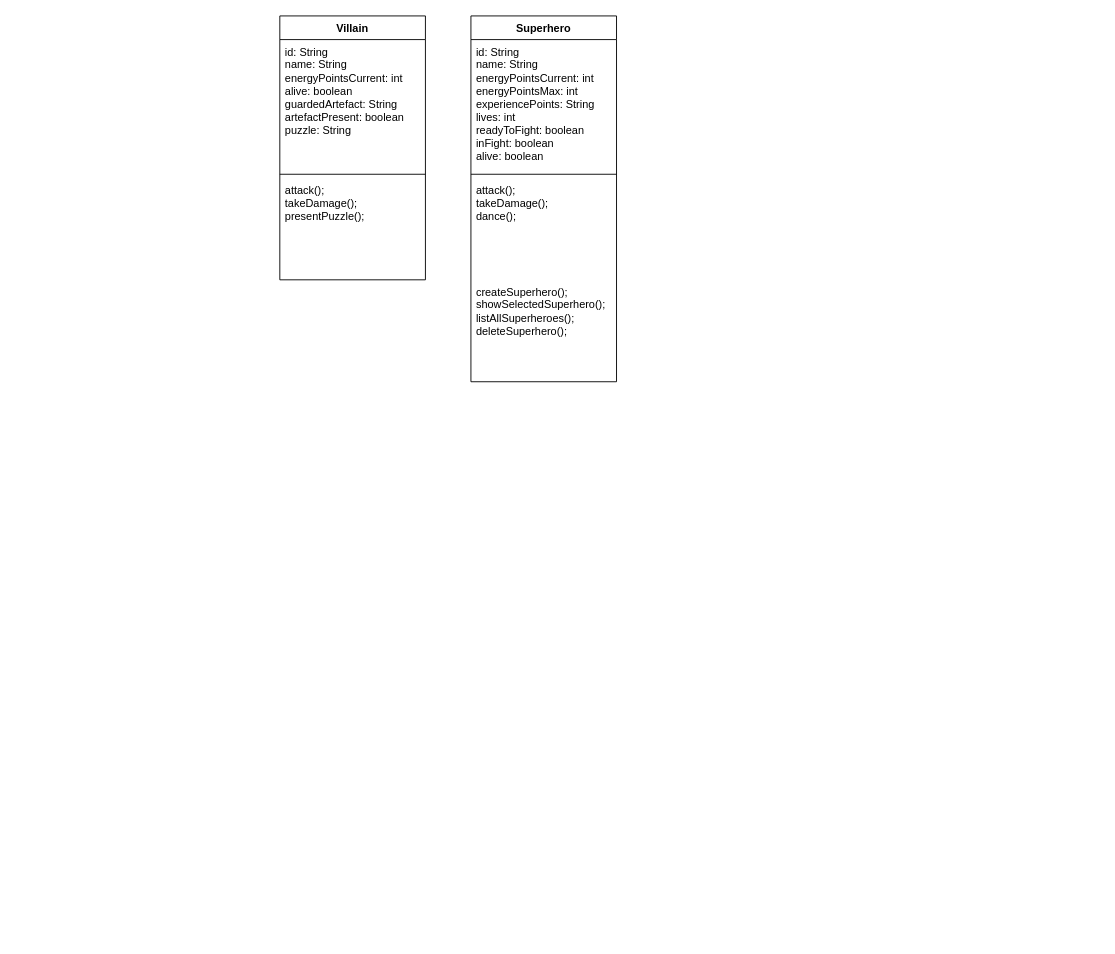
Before: page "Kopie von Page-1" (2 of 2) of Hauptmenü KD.drawio in HansKircheisenHTW/programmierprojekt-prog, a draw.io diagram. Source tidied: cells renumbered, new cells numbered last; positions are measured from the earlier drawing's top-left corner, leaving out a move shared by most shapes. Both pictures are drawn from the tidied source at 91%, with x=0, y=0 at pixel (279, 15).
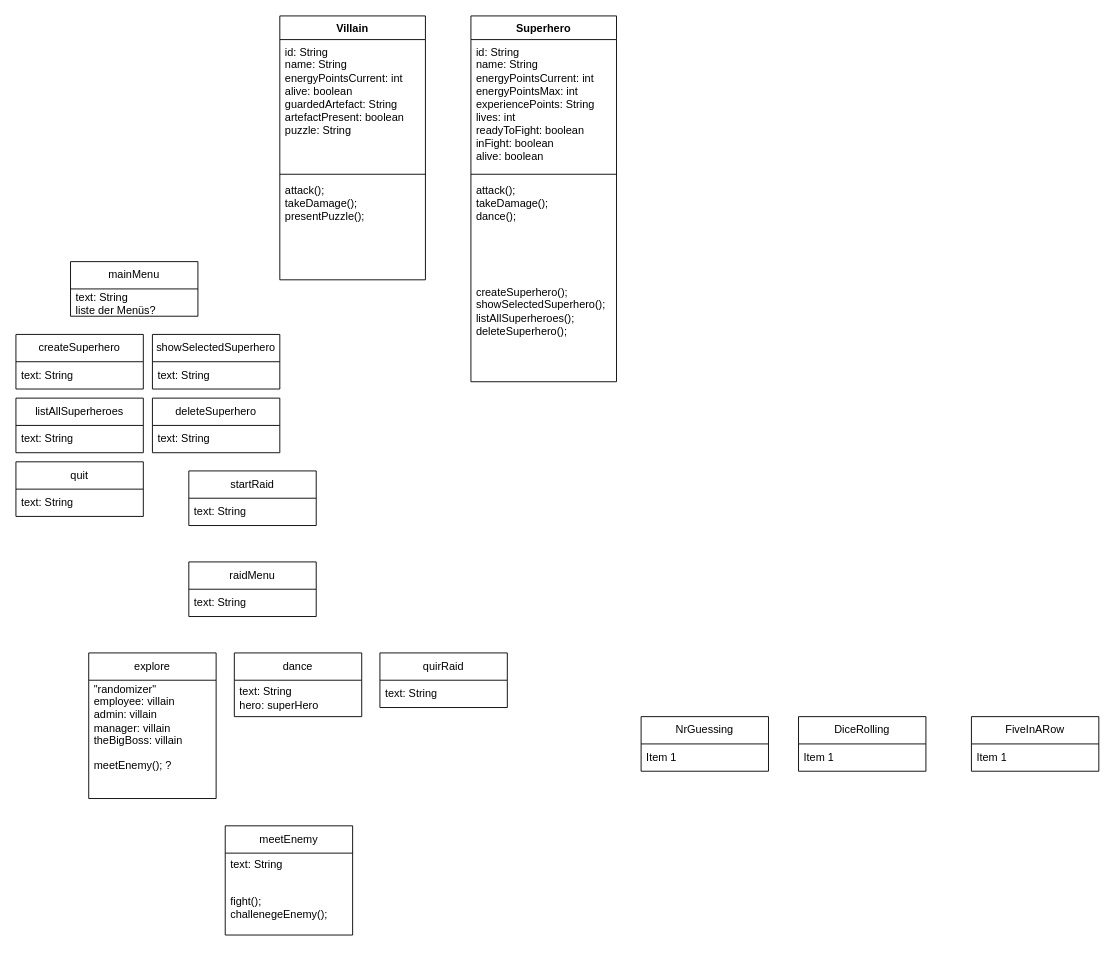
Above is the later version.

The edit, as a diff of the source:
```diff
@@
+    <mxCell id="11" value="createSuperhero" style="swimlane;fontStyle=0;horizontal=1;startSize=30;whiteSpace=wrap;html=1;" parent="1" vertex="1">
+      <mxGeometry x="-290" y="350" width="140" height="60" as="geometry" />
+    </mxCell>
+    <mxCell id="12" value="text: String" style="text;strokeColor=none;fillColor=none;align=left;verticalAlign=middle;spacingLeft=4;spacingRight=4;overflow=hidden;whiteSpace=wrap;html=1;" parent="11" vertex="1">
+      <mxGeometry y="30" width="140" height="30" as="geometry" />
+    </mxCell>
+    <mxCell id="13" value="showSelectedSuperhero" style="swimlane;fontStyle=0;horizontal=1;startSize=30;whiteSpace=wrap;html=1;" parent="1" vertex="1">
+      <mxGeometry x="-140" y="350" width="140" height="60" as="geometry" />
+    </mxCell>
+    <mxCell id="14" value="text: String" style="text;strokeColor=none;fillColor=none;align=left;verticalAlign=middle;spacingLeft=4;spacingRight=4;overflow=hidden;whiteSpace=wrap;html=1;" parent="13" vertex="1">
+      <mxGeometry y="30" width="140" height="30" as="geometry" />
+    </mxCell>
+    <mxCell id="15" value="deleteSuperhero" style="swimlane;fontStyle=0;horizontal=1;startSize=30;whiteSpace=wrap;html=1;" parent="1" vertex="1">
+      <mxGeometry x="-140" y="420" width="140" height="60" as="geometry" />
+    </mxCell>
+    <mxCell id="16" value="text: String" style="text;strokeColor=none;fillColor=none;align=left;verticalAlign=middle;spacingLeft=4;spacingRight=4;overflow=hidden;whiteSpace=wrap;html=1;" parent="15" vertex="1">
+      <mxGeometry y="30" width="140" height="30" as="geometry" />
+    </mxCell>
+    <mxCell id="17" value="listAllSuperheroes" style="swimlane;fontStyle=0;horizontal=1;startSize=30;whiteSpace=wrap;html=1;" parent="1" vertex="1">
+      <mxGeometry x="-290" y="420" width="140" height="60" as="geometry" />
+    </mxCell>
+    <mxCell id="18" value="text: String" style="text;strokeColor=none;fillColor=none;align=left;verticalAlign=middle;spacingLeft=4;spacingRight=4;overflow=hidden;whiteSpace=wrap;html=1;" parent="17" vertex="1">
+      <mxGeometry y="30" width="140" height="30" as="geometry" />
+    </mxCell>
+    <mxCell id="19" value="startRaid" style="swimlane;fontStyle=0;horizontal=1;startSize=30;whiteSpace=wrap;html=1;" parent="1" vertex="1">
+      <mxGeometry x="-100" y="500" width="140" height="60" as="geometry" />
+    </mxCell>
+    <mxCell id="20" value="text: String" style="text;strokeColor=none;fillColor=none;align=left;verticalAlign=middle;spacingLeft=4;spacingRight=4;overflow=hidden;whiteSpace=wrap;html=1;" parent="19" vertex="1">
+      <mxGeometry y="30" width="140" height="30" as="geometry" />
+    </mxCell>
+    <mxCell id="21" value="quit" style="swimlane;fontStyle=0;horizontal=1;startSize=30;whiteSpace=wrap;html=1;" parent="1" vertex="1">
+      <mxGeometry x="-290" y="490" width="140" height="60" as="geometry" />
+    </mxCell>
+    <mxCell id="22" value="text: String" style="text;strokeColor=none;fillColor=none;align=left;verticalAlign=middle;spacingLeft=4;spacingRight=4;overflow=hidden;whiteSpace=wrap;html=1;" parent="21" vertex="1">
+      <mxGeometry y="30" width="140" height="30" as="geometry" />
+    </mxCell>
+    <mxCell id="23" value="mainMenu" style="swimlane;fontStyle=0;horizontal=1;startSize=30;whiteSpace=wrap;html=1;" parent="1" vertex="1">
+      <mxGeometry x="-230" y="270" width="140" height="60" as="geometry" />
+    </mxCell>
+    <mxCell id="24" value="text: String&lt;div&gt;liste der Menüs?&amp;nbsp;&lt;/div&gt;" style="text;strokeColor=none;fillColor=none;align=left;verticalAlign=middle;spacingLeft=4;spacingRight=4;overflow=hidden;whiteSpace=wrap;html=1;" parent="23" vertex="1">
+      <mxGeometry y="30" width="140" height="30" as="geometry" />
+    </mxCell>
+    <mxCell id="25" value="raidMenu" style="swimlane;fontStyle=0;horizontal=1;startSize=30;whiteSpace=wrap;html=1;" parent="1" vertex="1">
+      <mxGeometry x="-100" y="600" width="140" height="60" as="geometry" />
+    </mxCell>
+    <mxCell id="26" value="text: String" style="text;strokeColor=none;fillColor=none;align=left;verticalAlign=middle;spacingLeft=4;spacingRight=4;overflow=hidden;whiteSpace=wrap;html=1;" parent="25" vertex="1">
+      <mxGeometry y="30" width="140" height="30" as="geometry" />
+    </mxCell>
+    <mxCell id="27" value="explore" style="swimlane;fontStyle=0;horizontal=1;startSize=30;whiteSpace=wrap;html=1;" parent="1" vertex="1">
+      <mxGeometry x="-210" y="700" width="140" height="160" as="geometry" />
+    </mxCell>
+    <mxCell id="28" value="&quot;randomizer&quot;&lt;div&gt;employee: villain&lt;/div&gt;&lt;div&gt;admin: villain&amp;nbsp;&lt;/div&gt;&lt;div&gt;manager: villain&amp;nbsp;&lt;/div&gt;&lt;div&gt;theBigBoss: villain&lt;/div&gt;&lt;div&gt;&lt;br&gt;&lt;/div&gt;" style="text;strokeColor=none;fillColor=none;align=left;verticalAlign=middle;spacingLeft=4;spacingRight=4;overflow=hidden;whiteSpace=wrap;html=1;" parent="27" vertex="1">
+      <mxGeometry y="30" width="140" height="80" as="geometry" />
+    </mxCell>
+    <mxCell id="29" value="&lt;div&gt;&lt;div&gt;meetEnemy(); ?&lt;/div&gt;&lt;/div&gt;" style="text;strokeColor=none;fillColor=none;align=left;verticalAlign=top;spacingLeft=4;spacingRight=4;overflow=hidden;whiteSpace=wrap;html=1;" parent="27" vertex="1">
+      <mxGeometry y="110" width="140" height="50" as="geometry" />
+    </mxCell>
+    <mxCell id="30" value="dance" style="swimlane;fontStyle=0;horizontal=1;startSize=30;whiteSpace=wrap;html=1;" parent="1" vertex="1">
+      <mxGeometry x="-50" y="700" width="140" height="70" as="geometry" />
+    </mxCell>
+    <mxCell id="31" value="text: String&lt;div&gt;hero: superHero&lt;/div&gt;" style="text;strokeColor=none;fillColor=none;align=left;verticalAlign=middle;spacingLeft=4;spacingRight=4;overflow=hidden;whiteSpace=wrap;html=1;" parent="30" vertex="1">
+      <mxGeometry y="30" width="140" height="40" as="geometry" />
+    </mxCell>
+    <mxCell id="32" value="quirRaid" style="swimlane;fontStyle=0;horizontal=1;startSize=30;whiteSpace=wrap;html=1;" parent="1" vertex="1">
+      <mxGeometry x="110" y="700" width="140" height="60" as="geometry" />
+    </mxCell>
+    <mxCell id="33" value="text: String" style="text;strokeColor=none;fillColor=none;align=left;verticalAlign=middle;spacingLeft=4;spacingRight=4;overflow=hidden;whiteSpace=wrap;html=1;" parent="32" vertex="1">
+      <mxGeometry y="30" width="140" height="30" as="geometry" />
+    </mxCell>
+    <mxCell id="34" value="meetEnemy" style="swimlane;fontStyle=0;horizontal=1;startSize=30;whiteSpace=wrap;html=1;" parent="1" vertex="1">
+      <mxGeometry x="-60" y="890" width="140" height="120" as="geometry" />
+    </mxCell>
+    <mxCell id="35" value="text: String&lt;div&gt;&lt;br&gt;&lt;/div&gt;" style="text;strokeColor=none;fillColor=none;align=left;verticalAlign=middle;spacingLeft=4;spacingRight=4;overflow=hidden;whiteSpace=wrap;html=1;" parent="34" vertex="1">
+      <mxGeometry y="30" width="140" height="40" as="geometry" />
+    </mxCell>
+    <mxCell id="36" value="&lt;div&gt;&lt;div&gt;fight();&lt;/div&gt;&lt;/div&gt;&lt;div&gt;challenegeEnemy();&amp;nbsp;&lt;/div&gt;" style="text;strokeColor=none;fillColor=none;align=left;verticalAlign=top;spacingLeft=4;spacingRight=4;overflow=hidden;whiteSpace=wrap;html=1;" parent="34" vertex="1">
+      <mxGeometry y="70" width="140" height="50" as="geometry" />
+    </mxCell>
+    <mxCell id="37" value="NrGuessing" style="swimlane;fontStyle=0;horizontal=1;startSize=30;whiteSpace=wrap;html=1;" parent="1" vertex="1">
+      <mxGeometry x="397" y="770" width="140" height="60" as="geometry" />
+    </mxCell>
+    <mxCell id="38" value="Item 1" style="text;strokeColor=none;fillColor=none;align=left;verticalAlign=middle;spacingLeft=4;spacingRight=4;overflow=hidden;whiteSpace=wrap;html=1;" parent="37" vertex="1">
+      <mxGeometry y="30" width="140" height="30" as="geometry" />
+    </mxCell>
+    <mxCell id="39" value="DiceRolling" style="swimlane;fontStyle=0;horizontal=1;startSize=30;whiteSpace=wrap;html=1;" parent="1" vertex="1">
+      <mxGeometry x="570" y="770" width="140" height="60" as="geometry" />
+    </mxCell>
+    <mxCell id="40" value="Item 1" style="text;strokeColor=none;fillColor=none;align=left;verticalAlign=middle;spacingLeft=4;spacingRight=4;overflow=hidden;whiteSpace=wrap;html=1;" parent="39" vertex="1">
+      <mxGeometry y="30" width="140" height="30" as="geometry" />
+    </mxCell>
+    <mxCell id="41" value="FiveInARow" style="swimlane;fontStyle=0;horizontal=1;startSize=30;whiteSpace=wrap;html=1;" parent="1" vertex="1">
+      <mxGeometry x="760" y="770" width="140" height="60" as="geometry" />
+    </mxCell>
+    <mxCell id="42" value="Item 1" style="text;strokeColor=none;fillColor=none;align=left;verticalAlign=middle;spacingLeft=4;spacingRight=4;overflow=hidden;whiteSpace=wrap;html=1;" parent="41" vertex="1">
+      <mxGeometry y="30" width="140" height="30" as="geometry" />
+    </mxCell>
```
